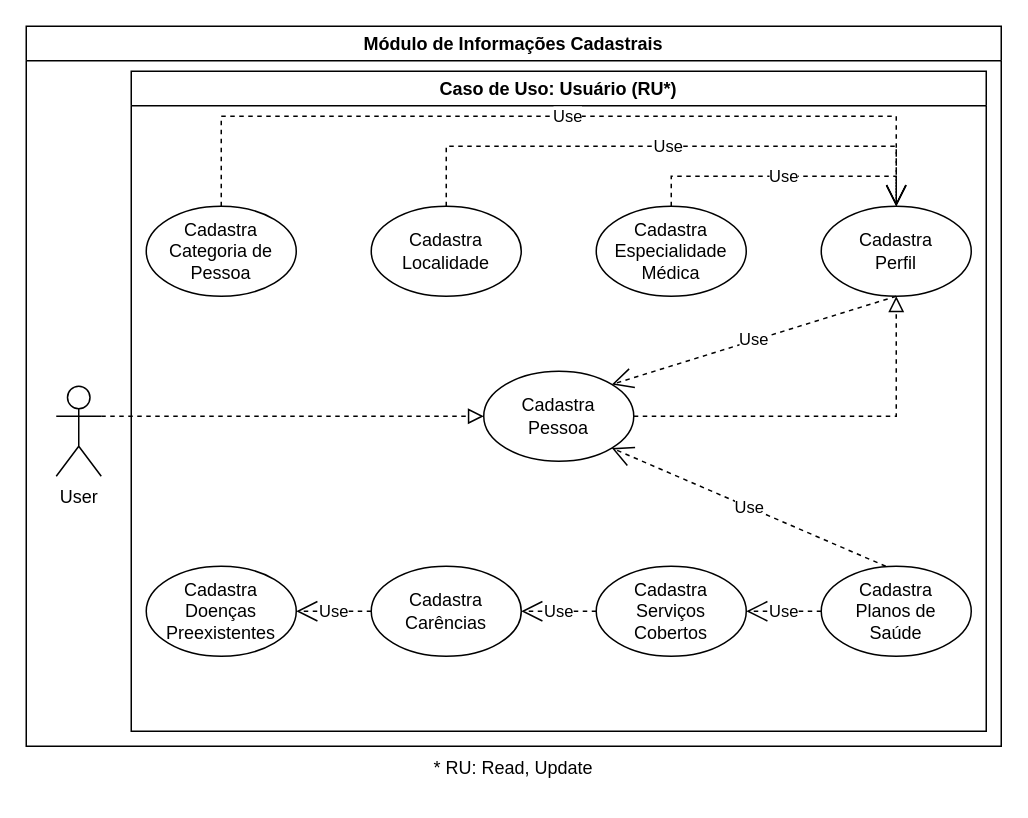
This is page "Cad-Pessoa(User)" (3 of 5) of PUC-GISA-M1.drawio from kikoluiss/tcc-puc, a draw.io file, before an edit. Source tidied: cells renumbered, new cells numbered last; positions are measured from the earlier drawing's top-left corner, leaving out a move shared by most shapes. Both pictures are drawn from the tidied source at 150%, with x=0, y=0 at pixel (26, 26).
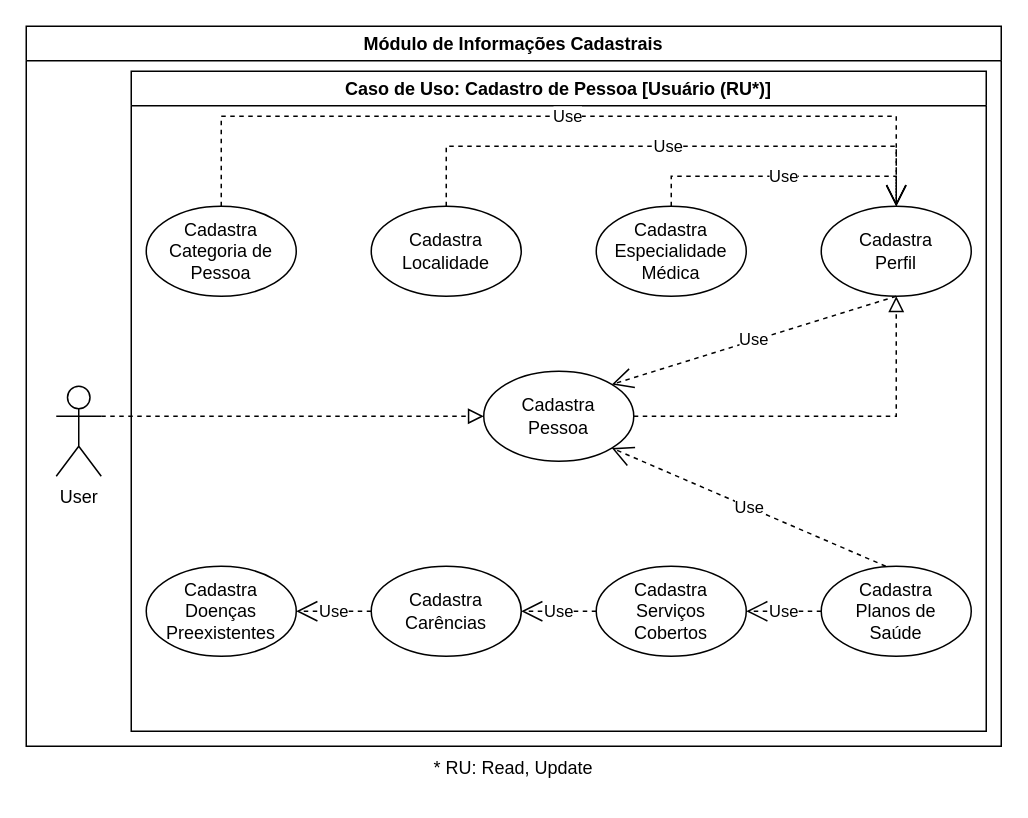
The same page after the edit.

Unchanged cells that the change refers to:
```xml
<mxCell id="2" value="Módulo de Informações Cadastrais" style="swimlane;" parent="1" vertex="1">
  <mxGeometry width="650" height="480" as="geometry" />
</mxCell>
```

What changed in the source:
```diff
@@
-    <mxCell id="4" value="Caso de Uso: Usuário (RU*)" style="swimlane;" parent="2" vertex="1">
+    <mxCell id="4" value="Caso de Uso: Cadastro de Pessoa [Usuário (RU*)]" style="swimlane;" parent="2" vertex="1">
       <mxGeometry x="70" y="30" width="570" height="440" as="geometry" />
     </mxCell>
```
